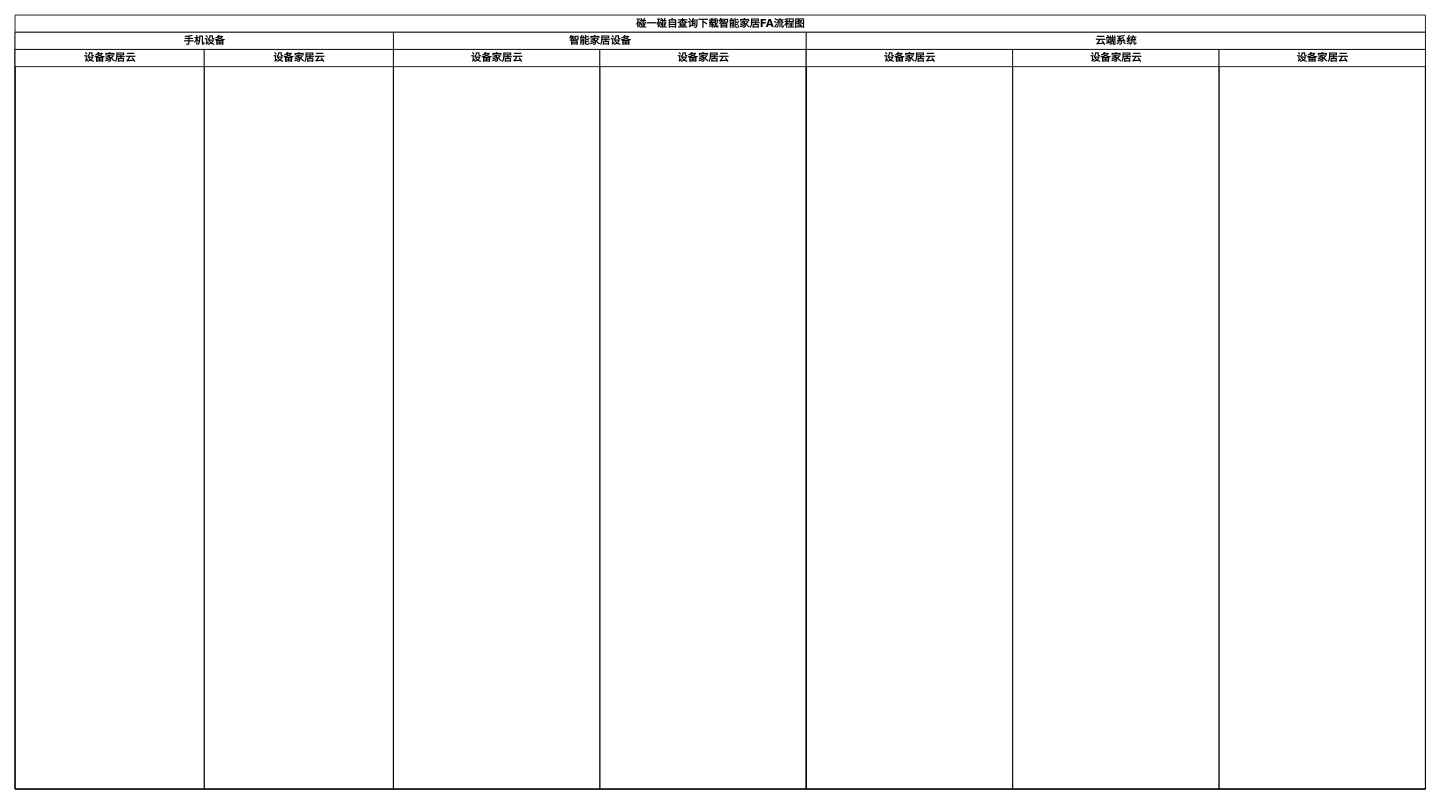
befairyliu/draw.io keeps this draw.io diagram as draw/智能家居配网碰一碰拉起FA流程.drawio. Above is the earlier version. Source tidied: cells renumbered, new cells numbered last; positions are measured from the earlier drawing's top-left corner, leaving out a move shared by most shapes. Both pictures are drawn from the tidied source at 86%, with x=0, y=0 at pixel (15, 15).
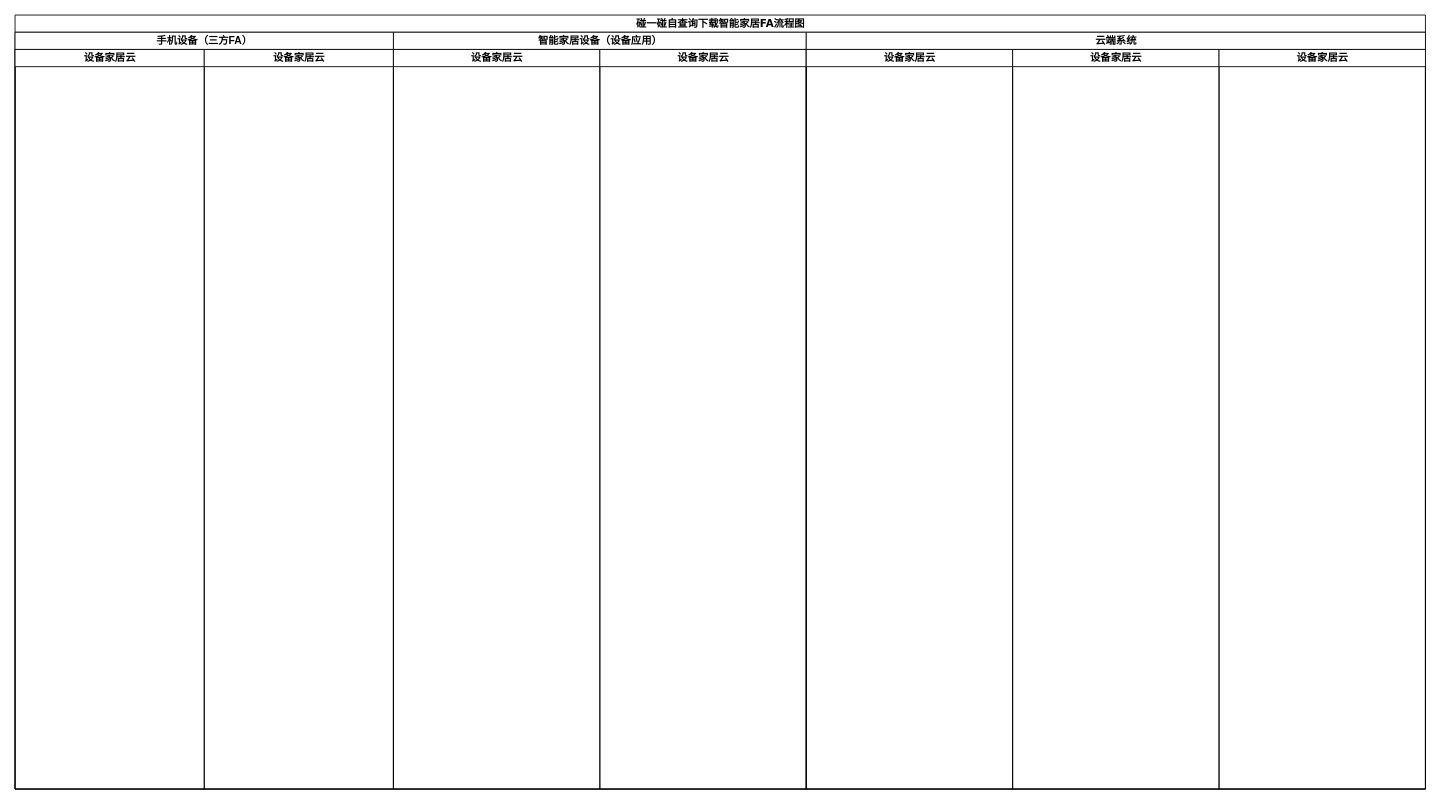
After the change.

Commit message (it also covers changes not shown here):
Update 智能家居配网碰一碰拉起FA流程.drawio

Change to the diagram source:
```diff
@@
 <mxGraphModel background="#ffffff">
   <root>
     <mxCell id="0" />
     <mxCell id="1" parent="0" />
     <mxCell id="2" value="碰一碰自查询下载智能家居FA流程图" style="swimlane;html=1;startSize=20;rounded=0;shadow=0;comic=0;labelBackgroundColor=none;strokeWidth=1;fontFamily=Verdana;fontSize=12;align=center;" parent="1" vertex="1">
       <mxGeometry width="1640" height="900" as="geometry" />
     </mxCell>
-    <mxCell id="3" value="手机设备" style="swimlane;html=1;startSize=20;" parent="2" vertex="1">
+    <mxCell id="3" value="手机设备（三方FA）" style="swimlane;html=1;startSize=20;" parent="2" vertex="1">
       <mxGeometry y="20" width="440" height="880" as="geometry" />
     </mxCell>
     <mxCell id="4" value="设备家居云" style="swimlane;html=1;startSize=20;" parent="3" vertex="1">
       <mxGeometry y="20" width="220" height="860" as="geometry" />
     </mxCell>
     <mxCell id="5" value="设备家居云" style="swimlane;html=1;startSize=20;" parent="3" vertex="1">
       <mxGeometry x="220" y="20" width="220" height="860" as="geometry" />
     </mxCell>
-    <mxCell id="6" value="智能家居设备" style="swimlane;html=1;startSize=20;" parent="2" vertex="1">
+    <mxCell id="6" value="智能家居设备（设备应用）" style="swimlane;html=1;startSize=20;" parent="2" vertex="1">
       <mxGeometry x="440" y="20" width="480" height="880" as="geometry" />
     </mxCell>
     <mxCell id="7" value="设备家居云" style="swimlane;html=1;startSize=20;" parent="6" vertex="1">
       <mxGeometry y="20" width="240" height="860" as="geometry" />
     </mxCell>
     <mxCell id="8" value="设备家居云" style="swimlane;html=1;startSize=20;" parent="6" vertex="1">
       <mxGeometry x="240" y="20" width="240" height="860" as="geometry" />
     </mxCell>
     <mxCell id="9" value="云端系统" style="swimlane;html=1;startSize=20;" parent="2" vertex="1">
       <mxGeometry x="920" y="20" width="720" height="880" as="geometry" />
     </mxCell>
     <mxCell id="10" value="设备家居云" style="swimlane;html=1;startSize=20;" parent="9" vertex="1">
       <mxGeometry y="20" width="240" height="860" as="geometry" />
     </mxCell>
     <mxCell id="11" value="设备家居云" style="swimlane;html=1;startSize=20;" parent="9" vertex="1">
       <mxGeometry x="240" y="20" width="240" height="860" as="geometry" />
     </mxCell>
     <mxCell id="12" value="设备家居云" style="swimlane;html=1;startSize=20;" parent="9" vertex="1">
       <mxGeometry x="480" y="20" width="240" height="860" as="geometry" />
     </mxCell>
   </root>
 </mxGraphModel>
```
